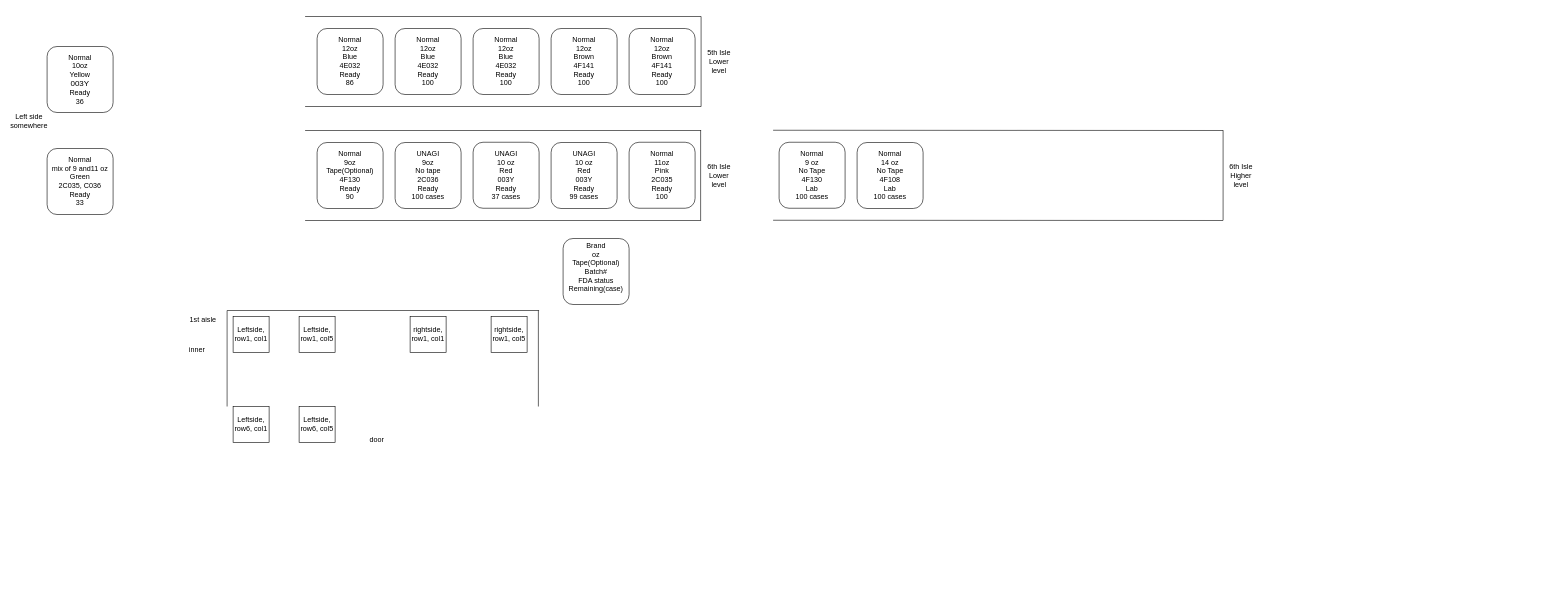
Before: warehouse_layout_tmp/warehouse_layout.drawio in honchingli/Fall2025-Spring2026, a draw.io diagram. Source tidied: cells renumbered, new cells numbered last; positions are measured from the earlier drawing's top-left corner, leaving out a move shared by most shapes. Both pictures are drawn from the tidied source at 60%, with x=0, y=0 at pixel (11, 16).
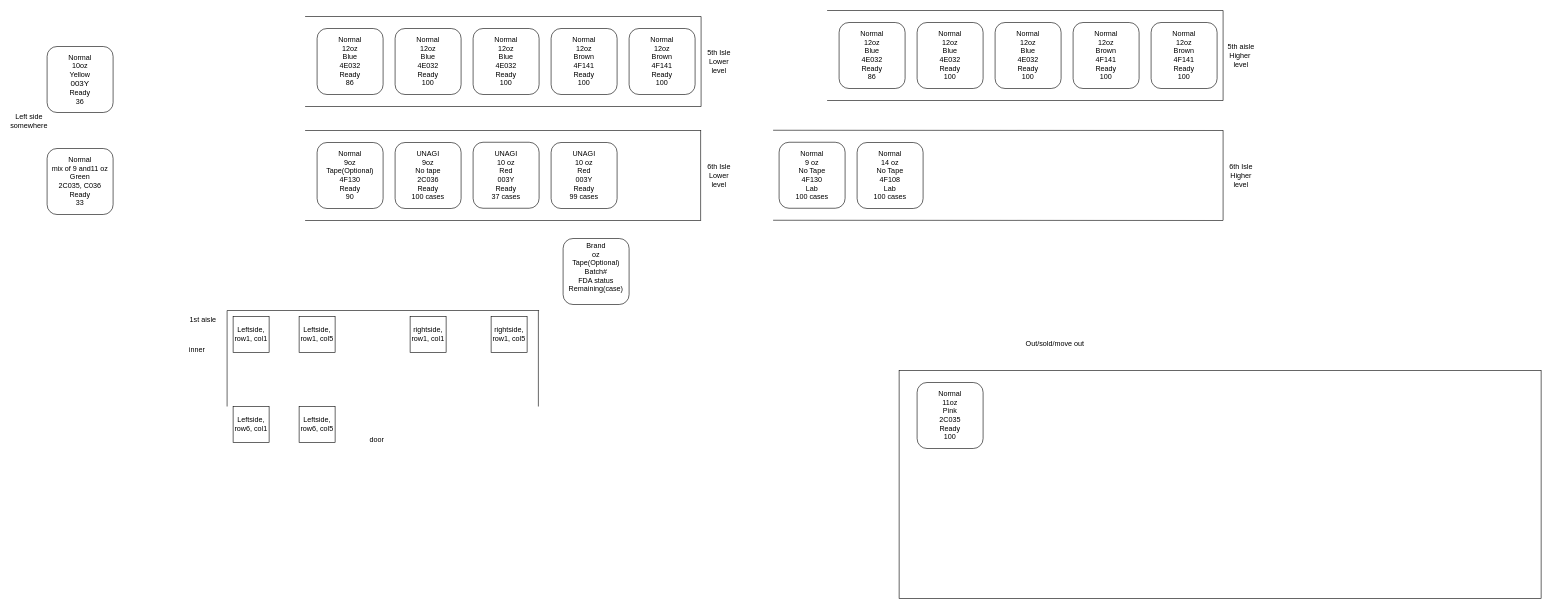
After the change.

The edit, as a diff of the source:
```diff
@@
+    <mxCell id="42" style="rounded=0;whiteSpace=wrap;html=1;" parent="1" vertex="1">
+      <mxGeometry x="1480" y="590" width="1070" height="380" as="geometry" />
+    </mxCell>
@@
     <mxCell id="5" value="Normal&lt;div&gt;11oz&lt;/div&gt;&lt;div&gt;&lt;span style=&quot;background-color: transparent;&quot;&gt;Pink&lt;/span&gt;&lt;/div&gt;&lt;div&gt;&lt;span style=&quot;background-color: transparent; color: light-dark(rgb(0, 0, 0), rgb(255, 255, 255));&quot;&gt;2C035&lt;/span&gt;&lt;/div&gt;&lt;div&gt;&lt;span style=&quot;background-color: transparent; color: light-dark(rgb(0, 0, 0), rgb(255, 255, 255));&quot;&gt;Ready&lt;/span&gt;&lt;/div&gt;&lt;div&gt;100&lt;/div&gt;" style="rounded=1;whiteSpace=wrap;html=1;" parent="1" vertex="1">
-      <mxGeometry x="1030" y="209.6" width="110" height="110" as="geometry" />
+      <mxGeometry x="1510" y="610" width="110" height="110" as="geometry" />
     </mxCell>
@@
+    <mxCell id="43" value="Out/sold/move out" style="text;html=1;whiteSpace=wrap;strokeColor=none;fillColor=none;align=center;verticalAlign=middle;rounded=0;" parent="1" vertex="1">
+      <mxGeometry x="1670" y="530" width="140" height="30" as="geometry" />
+    </mxCell>
+    <mxCell id="44" style="endArrow=none;html=1;rounded=0;" parent="1" edge="1">
+      <mxGeometry relative="1" as="geometry">
+        <mxPoint x="1360" y="-10" as="sourcePoint" />
+        <mxPoint x="2020" y="-10" as="targetPoint" />
+      </mxGeometry>
+    </mxCell>
+    <mxCell id="45" style="endArrow=none;html=1;rounded=0;" parent="1" edge="1">
+      <mxGeometry relative="1" as="geometry">
+        <mxPoint x="1360" y="140" as="sourcePoint" />
+        <mxPoint x="2020" y="140" as="targetPoint" />
+      </mxGeometry>
+    </mxCell>
+    <mxCell id="46" value="&lt;div&gt;Normal&lt;/div&gt;&lt;div&gt;12oz&lt;/div&gt;&lt;div&gt;&lt;span style=&quot;background-color: transparent; color: light-dark(rgb(0, 0, 0), rgb(255, 255, 255));&quot;&gt;Blue&lt;/span&gt;&lt;/div&gt;&lt;div&gt;&lt;span style=&quot;background-color: transparent;&quot;&gt;4E032&lt;/span&gt;&lt;/div&gt;&lt;div&gt;&lt;span style=&quot;background-color: transparent; color: light-dark(rgb(0, 0, 0), rgb(255, 255, 255));&quot;&gt;Ready&lt;/span&gt;&lt;/div&gt;&lt;div&gt;100&lt;/div&gt;" style="rounded=1;whiteSpace=wrap;html=1;" parent="1" vertex="1">
+      <mxGeometry x="1640" y="10" width="110" height="110" as="geometry" />
+    </mxCell>
+    <mxCell id="47" value="5th aisle&lt;div&gt;Higher&lt;span style=&quot;background-color: transparent; color: light-dark(rgb(0, 0, 0), rgb(255, 255, 255));&quot;&gt;&amp;nbsp;&lt;/span&gt;&lt;/div&gt;&lt;div&gt;&lt;span style=&quot;background-color: transparent; color: light-dark(rgb(0, 0, 0), rgb(255, 255, 255));&quot;&gt;level&lt;/span&gt;&lt;/div&gt;" style="text;html=1;whiteSpace=wrap;strokeColor=none;fillColor=none;align=center;verticalAlign=middle;rounded=0;" parent="1" vertex="1">
+      <mxGeometry x="2020" y="50" width="60" height="30" as="geometry" />
+    </mxCell>
+    <mxCell id="48" value="Normal&lt;div&gt;12oz&lt;/div&gt;&lt;div&gt;&lt;span style=&quot;background-color: transparent; color: light-dark(rgb(0, 0, 0), rgb(255, 255, 255));&quot;&gt;Brown&lt;/span&gt;&lt;/div&gt;&lt;div&gt;&lt;span style=&quot;background-color: transparent; color: light-dark(rgb(0, 0, 0), rgb(255, 255, 255));&quot;&gt;4F141&lt;/span&gt;&lt;/div&gt;&lt;div&gt;&lt;span style=&quot;background-color: transparent; color: light-dark(rgb(0, 0, 0), rgb(255, 255, 255));&quot;&gt;Ready&lt;/span&gt;&lt;/div&gt;&lt;div&gt;100&lt;/div&gt;" style="rounded=1;whiteSpace=wrap;html=1;" parent="1" vertex="1">
+      <mxGeometry x="1770" y="10" width="110" height="110" as="geometry" />
+    </mxCell>
+    <mxCell id="49" value="Normal&lt;div&gt;12oz&lt;/div&gt;&lt;div&gt;&lt;span style=&quot;background-color: transparent; color: light-dark(rgb(0, 0, 0), rgb(255, 255, 255));&quot;&gt;Brown&lt;/span&gt;&lt;/div&gt;&lt;div&gt;&lt;span style=&quot;background-color: transparent; color: light-dark(rgb(0, 0, 0), rgb(255, 255, 255));&quot;&gt;4F141&lt;/span&gt;&lt;/div&gt;&lt;div&gt;&lt;span style=&quot;background-color: transparent; color: light-dark(rgb(0, 0, 0), rgb(255, 255, 255));&quot;&gt;Ready&lt;/span&gt;&lt;/div&gt;&lt;div&gt;100&lt;/div&gt;" style="rounded=1;whiteSpace=wrap;html=1;" parent="1" vertex="1">
+      <mxGeometry x="1900" y="10" width="110" height="110" as="geometry" />
+    </mxCell>
+    <mxCell id="50" style="endArrow=none;html=1;rounded=0;" parent="1" edge="1">
+      <mxGeometry relative="1" as="geometry">
+        <mxPoint x="2020" y="140" as="sourcePoint" />
+        <mxPoint x="2020" y="-10" as="targetPoint" />
+      </mxGeometry>
+    </mxCell>
+    <mxCell id="51" value="&lt;div&gt;Normal&lt;/div&gt;&lt;div&gt;12oz&lt;/div&gt;&lt;div&gt;&lt;span style=&quot;background-color: transparent; color: light-dark(rgb(0, 0, 0), rgb(255, 255, 255));&quot;&gt;Blue&lt;/span&gt;&lt;/div&gt;&lt;div&gt;&lt;span style=&quot;background-color: transparent;&quot;&gt;4E032&lt;/span&gt;&lt;/div&gt;&lt;div&gt;&lt;span style=&quot;background-color: transparent; color: light-dark(rgb(0, 0, 0), rgb(255, 255, 255));&quot;&gt;Ready&lt;/span&gt;&lt;/div&gt;&lt;div&gt;100&lt;/div&gt;" style="rounded=1;whiteSpace=wrap;html=1;" parent="1" vertex="1">
+      <mxGeometry x="1510" y="10" width="110" height="110" as="geometry" />
+    </mxCell>
+    <mxCell id="52" value="&lt;div&gt;Normal&lt;/div&gt;&lt;div&gt;12oz&lt;/div&gt;&lt;div&gt;&lt;span style=&quot;background-color: transparent; color: light-dark(rgb(0, 0, 0), rgb(255, 255, 255));&quot;&gt;Blue&lt;/span&gt;&lt;/div&gt;&lt;div&gt;&lt;span style=&quot;background-color: transparent;&quot;&gt;4E032&lt;/span&gt;&lt;/div&gt;&lt;div&gt;&lt;span style=&quot;background-color: transparent; color: light-dark(rgb(0, 0, 0), rgb(255, 255, 255));&quot;&gt;Ready&lt;/span&gt;&lt;/div&gt;&lt;div&gt;86&lt;/div&gt;" style="rounded=1;whiteSpace=wrap;html=1;" parent="1" vertex="1">
+      <mxGeometry x="1380" y="10" width="110" height="110" as="geometry" />
+    </mxCell>
```
